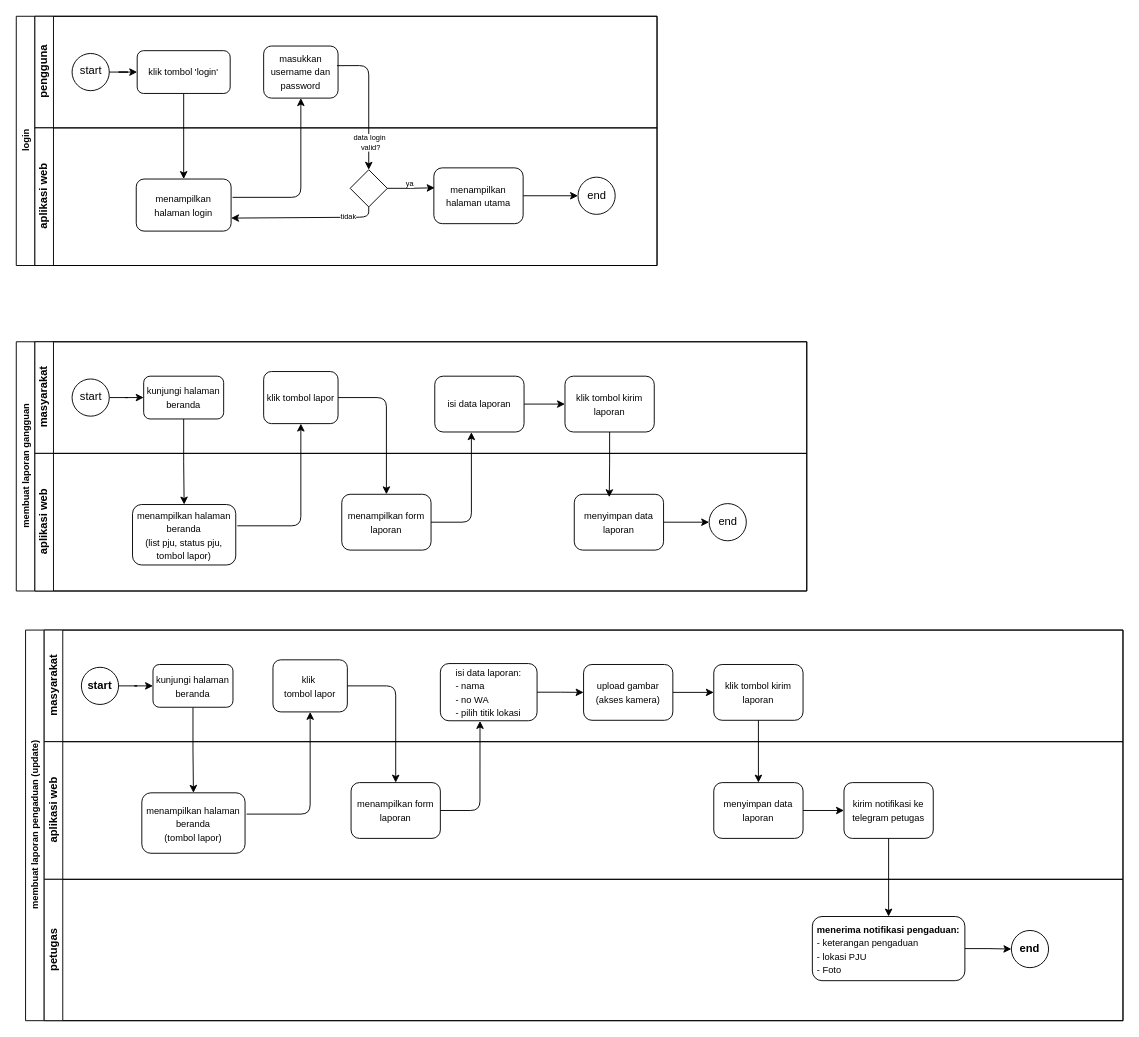
This is page "BPMN" (2 of 2) of smart-pju.drawio from eenattayani/desain, a draw.io file, before an edit. Source tidied: cells renumbered, new cells numbered last; positions are measured from the earlier drawing's top-left corner, leaving out a move shared by most shapes. Both pictures are drawn from the tidied source at 93%, with x=0, y=0 at pixel (16, 16).
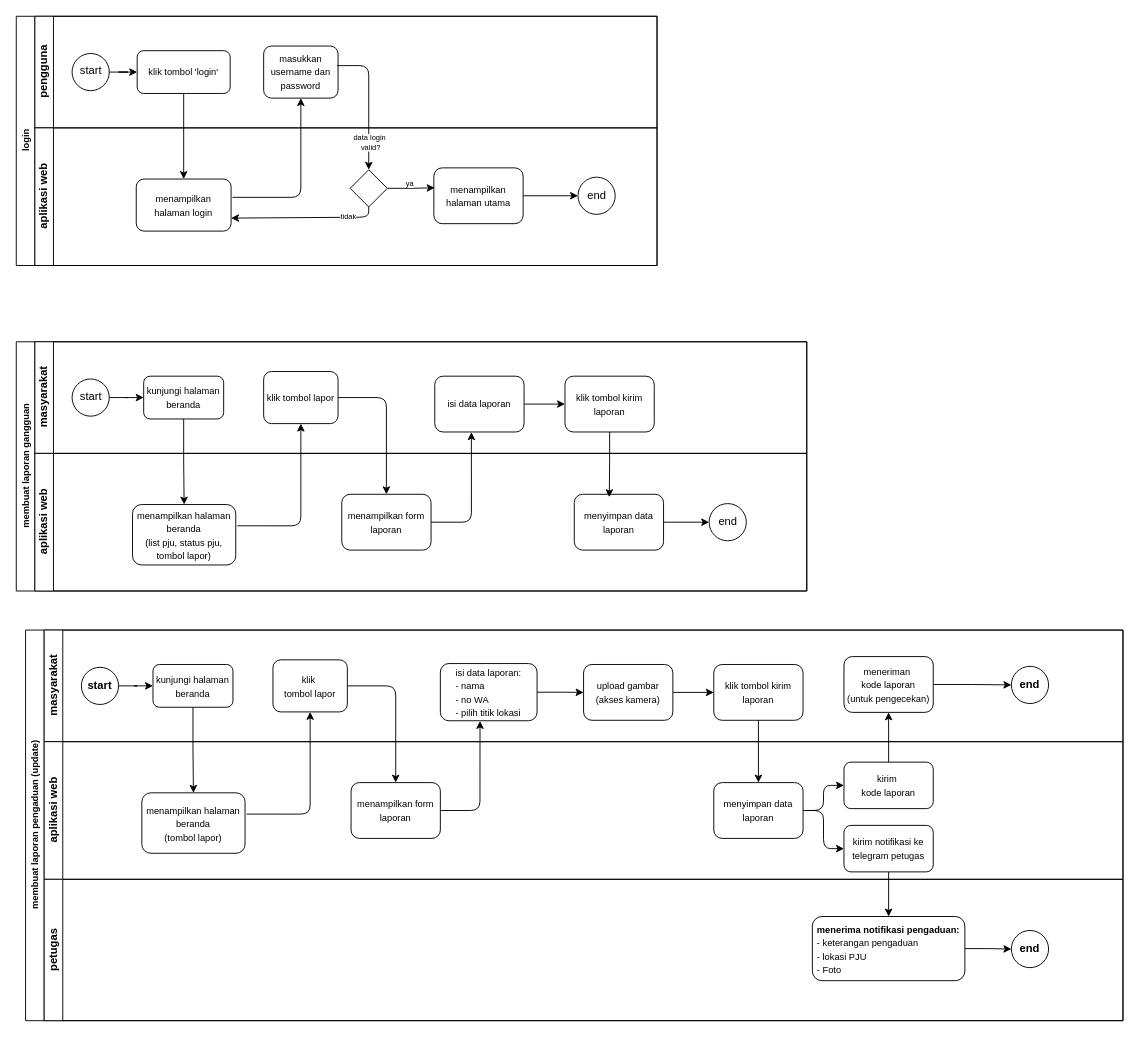
After the change.

The change refers to these unchanged cells:
```xml
<mxCell id="46" value="membuat laporan pengaduan (update)" style="swimlane;html=1;horizontal=0;startSize=20;fontSize=10;" parent="1" vertex="1">
  <mxGeometry x="10" y="660" width="1180" height="420" as="geometry" />
</mxCell>
<mxCell id="48" value="masyarakat" style="swimlane;html=1;startSize=20;horizontal=0;" parent="46" vertex="1">
  <mxGeometry x="20" width="1160" height="120" as="geometry" />
</mxCell>
<mxCell id="59" value="aplikasi web" style="swimlane;html=1;startSize=20;horizontal=0;" parent="46" vertex="1">
  <mxGeometry x="20" y="120" width="1160" height="148" as="geometry" />
</mxCell>
<mxCell id="62" value="&lt;font style=&quot;font-size: 10px;&quot;&gt;menyimpan data laporan&lt;/font&gt;" style="rounded=1;whiteSpace=wrap;html=1;fontFamily=Helvetica;fontSize=12;fontColor=#000000;align=center;" parent="59" vertex="1">
  <mxGeometry x="720" y="44" width="96" height="60" as="geometry" />
</mxCell>
```

Diff of the diagram source:
```diff
@@
+    <mxCell id="73" style="edgeStyle=orthogonalEdgeStyle;rounded=0;jettySize=auto;html=1;entryX=0;entryY=0.5;entryDx=0;entryDy=0;" parent="48" edge="1" source="74" target="75">
+      <mxGeometry relative="1" as="geometry" />
+    </mxCell>
+    <mxCell id="74" value="&lt;font style=&quot;font-size: 10px;&quot;&gt;meneriman&amp;nbsp;&lt;/font&gt;&lt;div&gt;&lt;font style=&quot;font-size: 10px;&quot;&gt;kode laporan&lt;/font&gt;&lt;/div&gt;&lt;div&gt;&lt;font style=&quot;font-size: 10px;&quot;&gt;(untuk pengecekan)&lt;/font&gt;&lt;/div&gt;" style="rounded=1;whiteSpace=wrap;html=1;fontFamily=Helvetica;fontSize=12;fontColor=#000000;align=center;" parent="48" vertex="1">
+      <mxGeometry x="860" y="28.5" width="96" height="60" as="geometry" />
+    </mxCell>
+    <mxCell id="75" value="end" style="ellipse;whiteSpace=wrap;html=1;shadow=0;fontStyle=1;" parent="48" vertex="1">
+      <mxGeometry x="1040" y="39" width="40" height="40" as="geometry" />
+    </mxCell>
@@
-    <mxCell id="61" style="edgeStyle=orthogonalEdgeStyle;rounded=0;jettySize=auto;html=1;entryX=0;entryY=0.5;entryDx=0;entryDy=0;" parent="59" edge="1" source="62" target="64">
+    <mxCell id="61" style="edgeStyle=orthogonalEdgeStyle;rounded=1;jettySize=auto;html=1;entryX=0;entryY=0.5;entryDx=0;entryDy=0;curved=0;" parent="59" edge="1" source="62" target="64">
       <mxGeometry relative="1" as="geometry" />
     </mxCell>
+    <mxCell id="76" style="edgeStyle=orthogonalEdgeStyle;rounded=1;jettySize=auto;html=1;exitX=1;exitY=0.5;exitDx=0;exitDy=0;entryX=0;entryY=0.5;entryDx=0;entryDy=0;curved=0;" parent="59" edge="1" source="62" target="77">
+      <mxGeometry relative="1" as="geometry" />
+    </mxCell>
@@
     <mxCell id="64" value="&lt;font style=&quot;font-size: 10px;&quot;&gt;kirim notifikasi ke telegram petugas&lt;/font&gt;" style="rounded=1;whiteSpace=wrap;html=1;fontFamily=Helvetica;fontSize=12;fontColor=#000000;align=center;" parent="59" vertex="1">
-      <mxGeometry x="860" y="44" width="96" height="60" as="geometry" />
+      <mxGeometry x="860" y="90" width="96" height="50" as="geometry" />
     </mxCell>
+    <mxCell id="77" value="&lt;font style=&quot;font-size: 10px;&quot;&gt;kirim&amp;nbsp;&lt;/font&gt;&lt;div&gt;&lt;font style=&quot;font-size: 10px;&quot;&gt;kode laporan&lt;/font&gt;&lt;/div&gt;" style="rounded=1;whiteSpace=wrap;html=1;fontFamily=Helvetica;fontSize=12;fontColor=#000000;align=center;" parent="59" vertex="1">
+      <mxGeometry x="860" y="22" width="96" height="50" as="geometry" />
+    </mxCell>
@@
+    <mxCell id="78" style="edgeStyle=orthogonalEdgeStyle;rounded=0;jettySize=auto;html=1;" parent="46" edge="1" source="77" target="74">
+      <mxGeometry relative="1" as="geometry" />
+    </mxCell>
```
